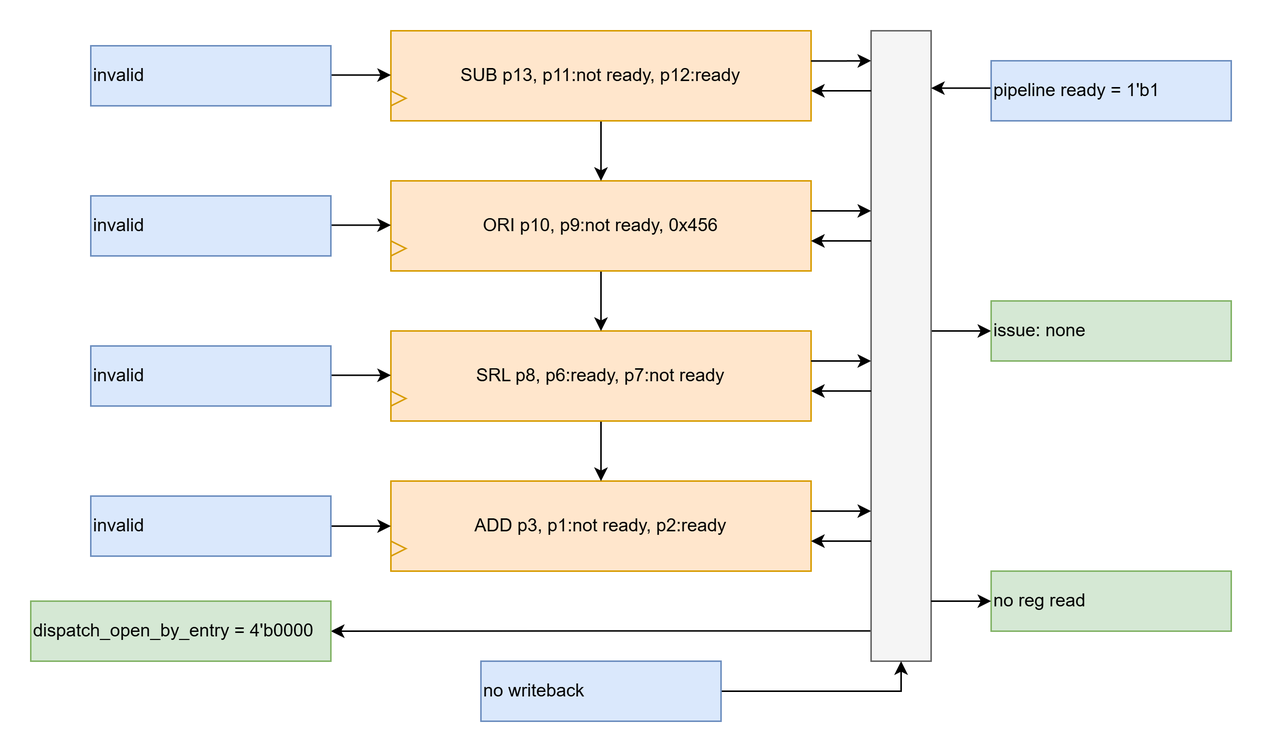
Above: spec/design/alu_iq_cycle_4.png in zlagpacan/LOROF (draw.io), before the change. Source tidied: cells renumbered, new cells last; positions are measured from the earlier drawing's top-left corner, leaving out a move shared by most shapes.
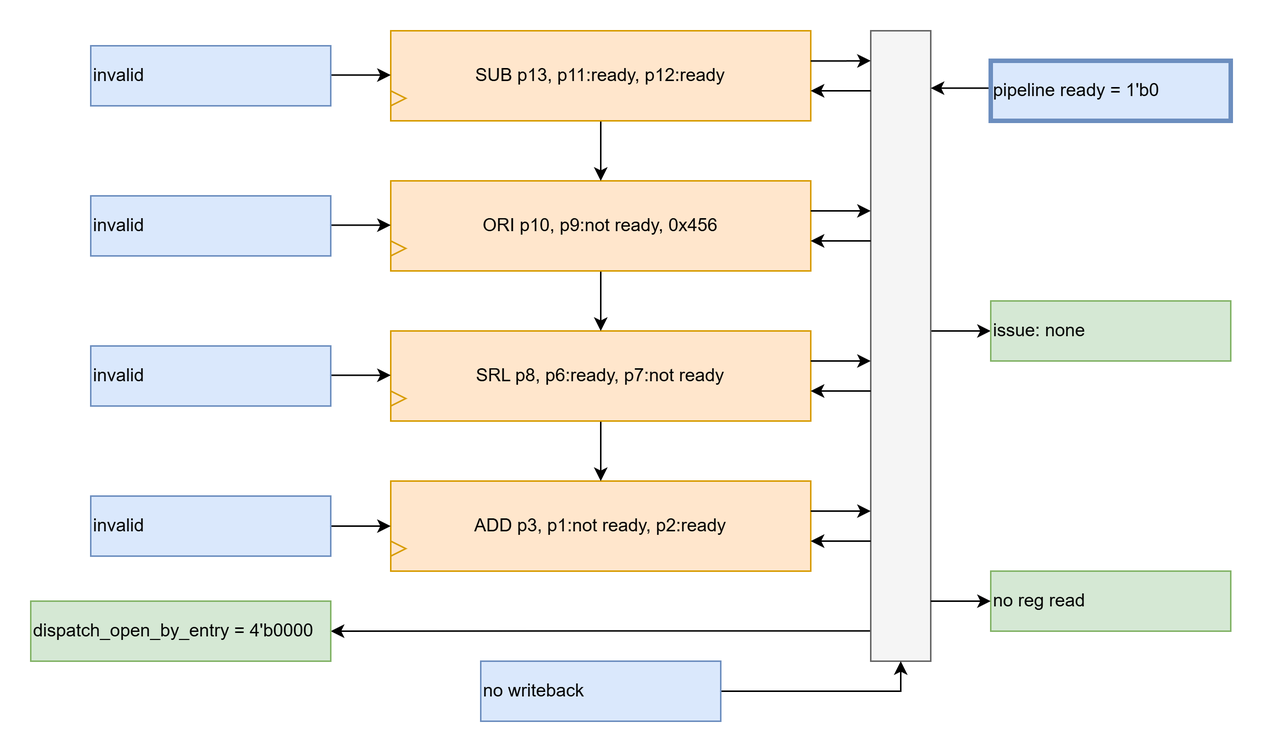
The same file after the commit.

The edit, as a diff of the source:
```diff
@@ -34,7 +34,7 @@
     <mxCell id="11" style="edgeStyle=orthogonalEdgeStyle;rounded=0;jettySize=auto;html=1;exitX=0.5;exitY=1;exitDx=0;exitDy=0;entryX=0.5;entryY=0;entryDx=0;entryDy=0;" parent="1" edge="1" source="12" target="9">
       <mxGeometry relative="1" as="geometry" />
     </mxCell>
-    <mxCell id="12" value="&lt;span style=&quot;text-align: left;&quot;&gt;SUB p13, p11:not ready, p12:ready&lt;/span&gt;" style="rounded=0;whiteSpace=wrap;html=1;fillColor=#ffe6cc;strokeColor=#d79b00;" parent="1" vertex="1">
+    <mxCell id="12" value="&lt;span style=&quot;text-align: left;&quot;&gt;SUB p13, p11:ready, p12:ready&lt;/span&gt;" style="rounded=0;whiteSpace=wrap;html=1;fillColor=#ffe6cc;strokeColor=#d79b00;" parent="1" vertex="1">
       <mxGeometry x="240" width="280" height="60" as="geometry" />
     </mxCell>
     <mxCell id="13" style="triangle;whiteSpace=wrap;html=1;fillColor=#ffe6cc;strokeColor=#d79b00;" parent="1" vertex="1">
@@ -164,7 +164,7 @@
         </Array>
       </mxGeometry>
     </mxCell>
-    <mxCell id="30" value="pipeline ready = 1'b1" style="text;html=1;align=left;verticalAlign=middle;whiteSpace=wrap;rounded=0;fillColor=#dae8fc;strokeColor=#6c8ebf;strokeWidth=1;" parent="1" vertex="1">
+    <mxCell id="30" value="pipeline ready = 1'b0" style="text;html=1;align=left;verticalAlign=middle;whiteSpace=wrap;rounded=0;fillColor=#dae8fc;strokeColor=#6c8ebf;strokeWidth=3;" parent="1" vertex="1">
       <mxGeometry x="640" y="20" width="160" height="40" as="geometry" />
     </mxCell>
     <mxCell id="31" value="&lt;span style=&quot;background-color: initial;&quot;&gt;dispatch_open_by_entry = 4'b0000&lt;/span&gt;" style="text;html=1;align=left;verticalAlign=middle;whiteSpace=wrap;rounded=0;fillColor=#d5e8d4;strokeColor=#82b366;" parent="1" vertex="1">
```
